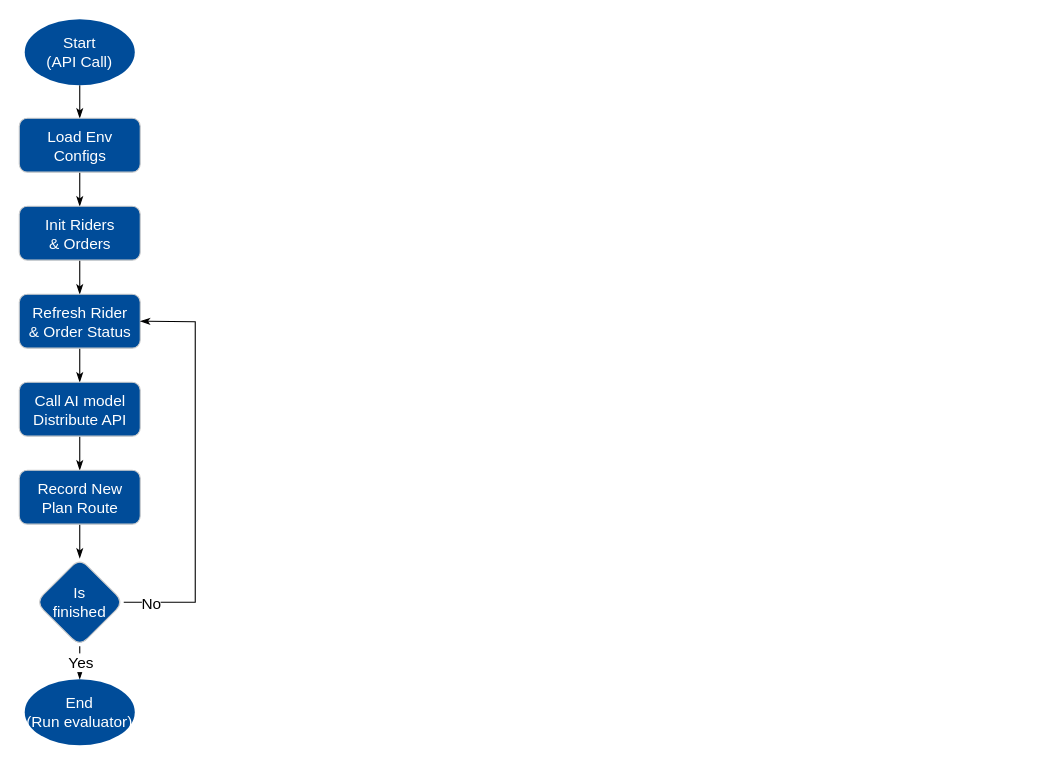
This is page "Page-2" (2 of 4) of Untitled Diagram.drawio from fenwuyaoji/learngit, a draw.io file, before an edit. Source tidied: cells renumbered, new cells numbered last; positions are measured from the earlier drawing's top-left corner, leaving out a move shared by most shapes. Both pictures are drawn from the tidied source at 110%, with x=0, y=0 at pixel (19, 19).
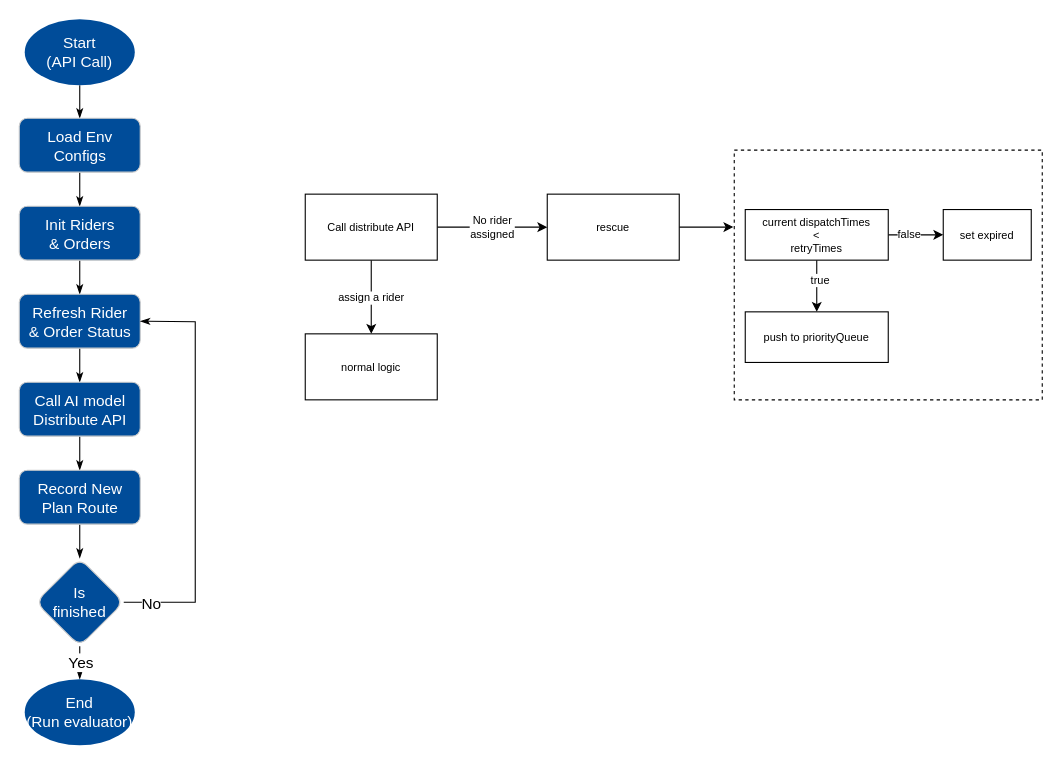
Above is the later version.

The edit, as a diff of the source:
```diff
@@
+    <mxCell id="20" value="assign a rider" style="edgeStyle=orthogonalEdgeStyle;rounded=0;jettySize=auto;html=1;exitX=0.5;exitY=1;exitDx=0;exitDy=0;fontSize=10;" parent="1" edge="1" source="22" target="25">
+      <mxGeometry relative="1" as="geometry" />
+    </mxCell>
+    <mxCell id="21" value="No rider&lt;br&gt;assigned" style="edgeStyle=orthogonalEdgeStyle;rounded=0;jettySize=auto;html=1;fontSize=10;" parent="1" edge="1" source="22" target="24">
+      <mxGeometry relative="1" as="geometry" />
+    </mxCell>
+    <mxCell id="22" value="Call distribute API" style="rounded=0;whiteSpace=wrap;html=1;fontSize=10;" parent="1" vertex="1">
+      <mxGeometry x="260" y="159" width="120" height="60" as="geometry" />
+    </mxCell>
+    <mxCell id="23" style="edgeStyle=orthogonalEdgeStyle;rounded=0;jettySize=auto;html=1;entryX=-0.003;entryY=0.308;entryDx=0;entryDy=0;entryPerimeter=0;fontSize=10;" parent="1" edge="1" source="24" target="26">
+      <mxGeometry relative="1" as="geometry" />
+    </mxCell>
+    <mxCell id="24" value="rescue" style="rounded=0;whiteSpace=wrap;html=1;fontSize=10;" parent="1" vertex="1">
+      <mxGeometry x="480" y="159" width="120" height="60" as="geometry" />
+    </mxCell>
+    <mxCell id="25" value="normal logic" style="rounded=0;whiteSpace=wrap;html=1;fontSize=10;" parent="1" vertex="1">
+      <mxGeometry x="260" y="286" width="120" height="60" as="geometry" />
+    </mxCell>
+    <mxCell id="26" style="rounded=0;whiteSpace=wrap;html=1;fontSize=10;fillColor=none;dashed=1;" parent="1" vertex="1">
+      <mxGeometry x="650" y="119" width="280" height="227" as="geometry" />
+    </mxCell>
+    <mxCell id="27" style="edgeStyle=orthogonalEdgeStyle;rounded=0;jettySize=auto;html=1;entryX=0;entryY=0.5;entryDx=0;entryDy=0;fontSize=10;" parent="1" edge="1" source="31" target="33">
+      <mxGeometry relative="1" as="geometry" />
+    </mxCell>
+    <mxCell id="28" value="false" style="edgeLabel;html=1;align=center;verticalAlign=middle;fontSize=10;" parent="27" vertex="1">
+      <mxGeometry x="-0.28" y="2" relative="1" as="geometry" />
+    </mxCell>
+    <mxCell id="29" style="edgeStyle=orthogonalEdgeStyle;rounded=0;jettySize=auto;html=1;entryX=0.5;entryY=0;entryDx=0;entryDy=0;fontSize=10;" parent="1" edge="1" source="31" target="32">
+      <mxGeometry relative="1" as="geometry" />
+    </mxCell>
+    <mxCell id="30" value="true" style="edgeLabel;html=1;align=center;verticalAlign=middle;fontSize=10;" parent="29" vertex="1">
+      <mxGeometry x="-0.28" y="2" relative="1" as="geometry" />
+    </mxCell>
+    <mxCell id="31" value="&lt;span&gt;current dispatchTimes &lt;br&gt;&amp;lt; &lt;br&gt;retryTimes&lt;/span&gt;" style="rounded=0;whiteSpace=wrap;html=1;fontSize=10;" parent="1" vertex="1">
+      <mxGeometry x="660" y="173" width="130" height="46" as="geometry" />
+    </mxCell>
+    <mxCell id="32" value="push to priorityQueue" style="rounded=0;whiteSpace=wrap;html=1;fontSize=10;" parent="1" vertex="1">
+      <mxGeometry x="660" y="266" width="130" height="46" as="geometry" />
+    </mxCell>
+    <mxCell id="33" value="set expired" style="rounded=0;whiteSpace=wrap;html=1;fontSize=10;" parent="1" vertex="1">
+      <mxGeometry x="840" y="173" width="80" height="46" as="geometry" />
+    </mxCell>
```
